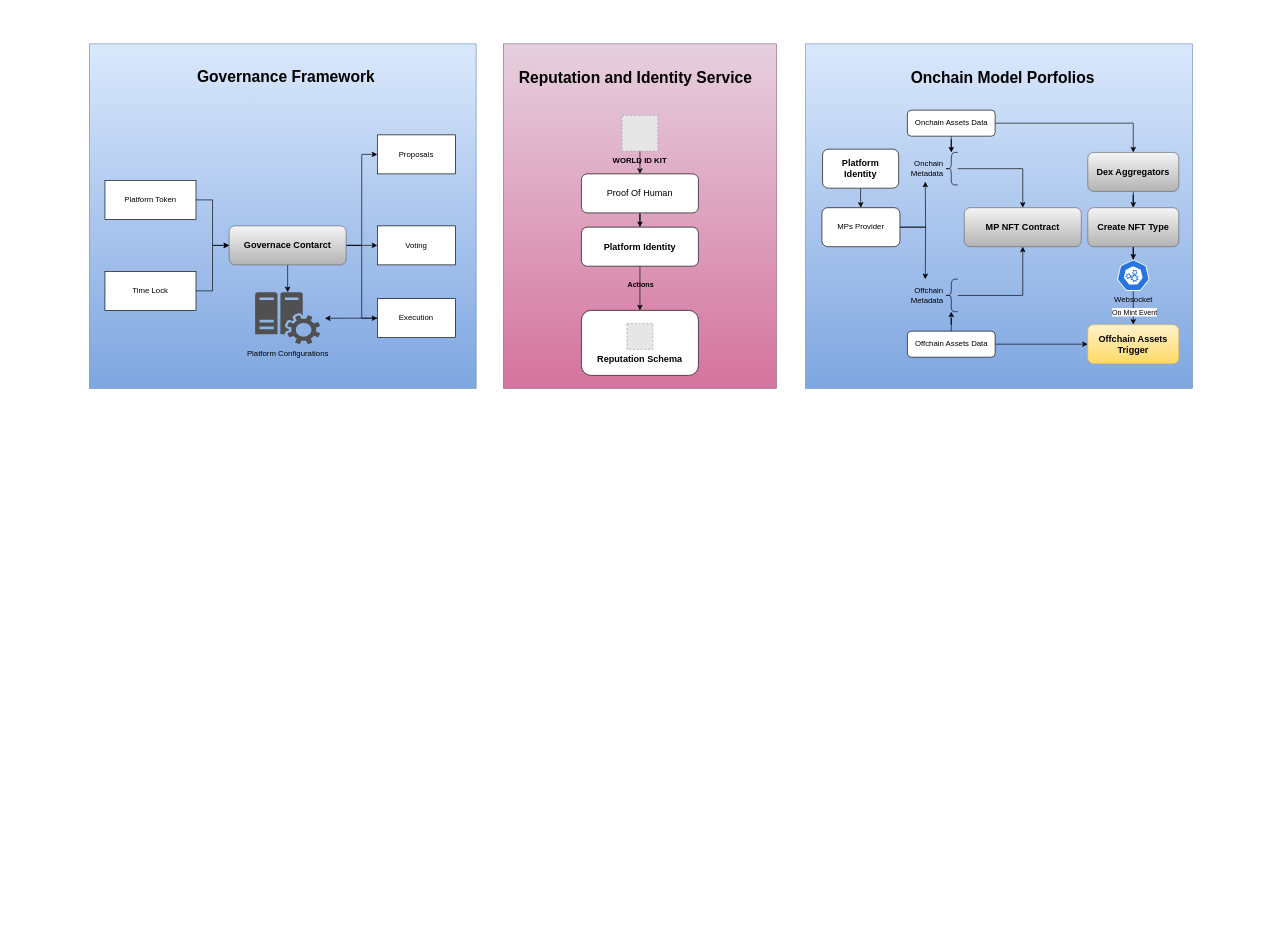
Before: MPs(model portfolio).drawio in ali-05-ahmed/Concept-Diagrams, a draw.io diagram. Source tidied: cells renumbered, new cells numbered last; positions are measured from the earlier drawing's top-left corner, leaving out a move shared by most shapes. Both pictures are drawn from the tidied source at 65%, with x=0, y=0 at pixel (89, 44). Pictures stored in the file or linked from it are replaced by grey dashed boxes.
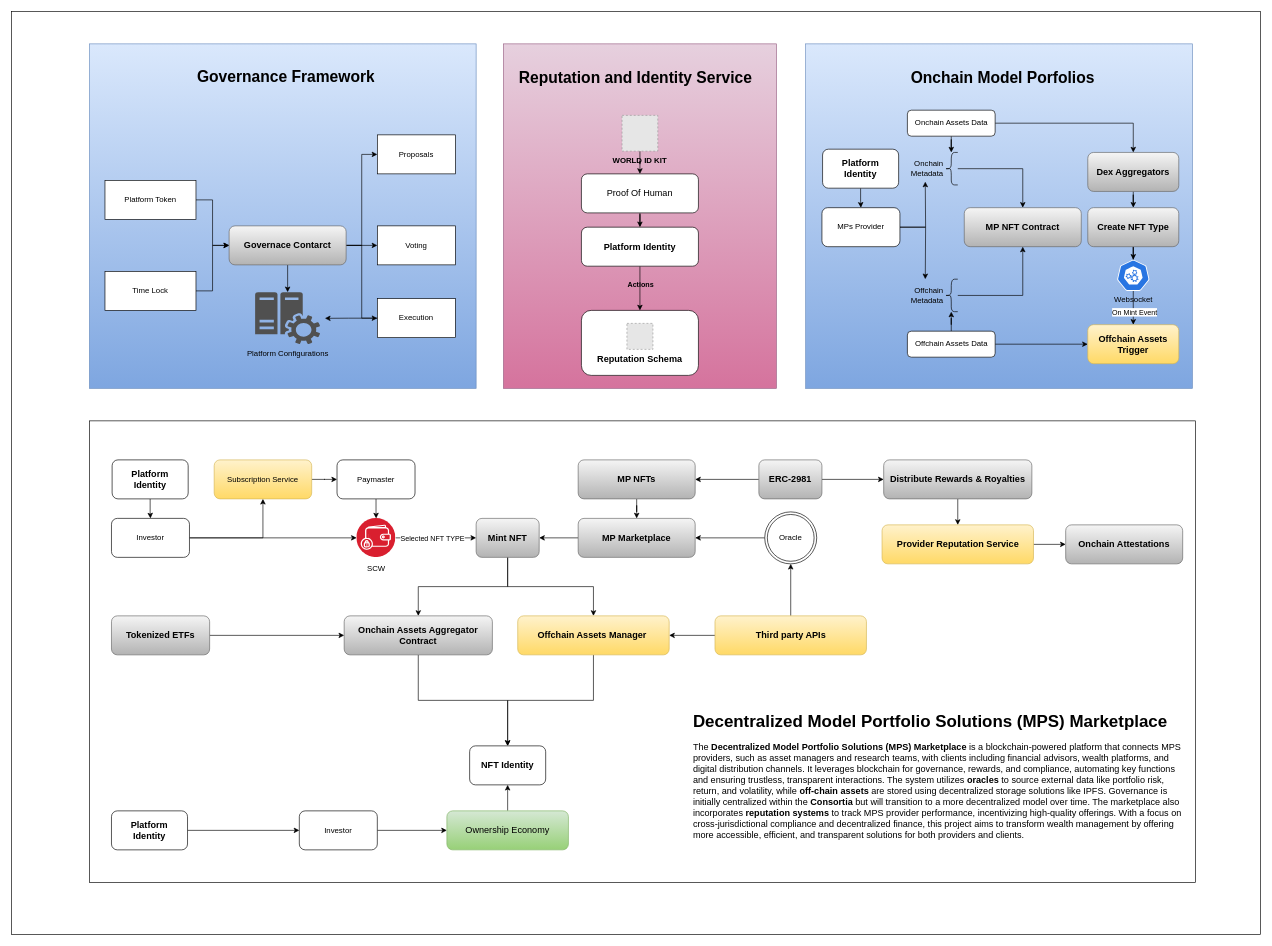
Above is the later version.

What changed in the source:
```diff
@@
+    <mxCell id="56" style="rounded=0;whiteSpace=wrap;html=1;" parent="1" vertex="1">
+      <mxGeometry x="-120" y="-50" width="1922" height="1420" as="geometry" />
+    </mxCell>
+    <mxCell id="57" style="rounded=0;whiteSpace=wrap;html=1;" parent="1" vertex="1">
+      <mxGeometry y="580" width="1702" height="710" as="geometry" />
+    </mxCell>
@@
+    <mxCell id="58" style="edgeStyle=orthogonalEdgeStyle;rounded=0;jettySize=auto;html=1;" parent="1" edge="1" source="59" target="76">
+      <mxGeometry relative="1" as="geometry" />
+    </mxCell>
+    <mxCell id="59" value="&lt;span style=&quot;font-size: 14px;&quot;&gt;&lt;b&gt;MP Marketplace&lt;/b&gt;&lt;/span&gt;" style="rounded=1;whiteSpace=wrap;html=1;fillColor=#f5f5f5;gradientColor=#b3b3b3;strokeColor=#666666;" parent="1" vertex="1">
+      <mxGeometry x="752" y="730" width="180" height="60" as="geometry" />
+    </mxCell>
+    <mxCell id="60" style="edgeStyle=orthogonalEdgeStyle;rounded=0;jettySize=auto;html=1;" parent="1" edge="1" source="62" target="69">
+      <mxGeometry relative="1" as="geometry" />
+    </mxCell>
+    <mxCell id="61" style="edgeStyle=orthogonalEdgeStyle;rounded=0;jettySize=auto;html=1;" parent="1" edge="1" source="62" target="73">
+      <mxGeometry relative="1" as="geometry" />
+    </mxCell>
+    <mxCell id="62" value="Investor" style="rounded=1;whiteSpace=wrap;html=1;" parent="1" vertex="1">
+      <mxGeometry x="34" y="730" width="120" height="60" as="geometry" />
+    </mxCell>
+    <mxCell id="63" style="edgeStyle=orthogonalEdgeStyle;rounded=0;jettySize=auto;html=1;" parent="1" edge="1" source="64" target="62">
+      <mxGeometry relative="1" as="geometry" />
+    </mxCell>
+    <mxCell id="64" value="&lt;b&gt;&lt;font style=&quot;font-size: 14px;&quot;&gt;Platform &lt;br&gt;Identity&lt;/font&gt;&lt;/b&gt;" style="rounded=1;whiteSpace=wrap;html=1;" parent="1" vertex="1">
+      <mxGeometry x="35" y="640" width="117" height="60" as="geometry" />
+    </mxCell>
+    <mxCell id="65" style="edgeStyle=orthogonalEdgeStyle;rounded=0;jettySize=auto;html=1;" parent="1" edge="1" source="66" target="59">
+      <mxGeometry relative="1" as="geometry" />
+    </mxCell>
+    <mxCell id="66" value="&lt;span style=&quot;font-size: 14px;&quot;&gt;&lt;b&gt;MP NFTs&lt;/b&gt;&lt;/span&gt;" style="rounded=1;whiteSpace=wrap;html=1;fillColor=#f5f5f5;gradientColor=#b3b3b3;strokeColor=#666666;" parent="1" vertex="1">
+      <mxGeometry x="752" y="640" width="180" height="60" as="geometry" />
+    </mxCell>
+    <mxCell id="67" style="edgeStyle=orthogonalEdgeStyle;rounded=0;jettySize=auto;html=1;" parent="1" edge="1" source="69" target="76">
+      <mxGeometry relative="1" as="geometry" />
+    </mxCell>
+    <mxCell id="68" value="Selected NFT TYPE" style="edgeLabel;html=1;align=center;verticalAlign=middle;" parent="67" vertex="1">
+      <mxGeometry x="-0.23" y="4" relative="1" as="geometry">
+        <mxPoint x="8" y="4" as="offset" />
+      </mxGeometry>
+    </mxCell>
+    <mxCell id="69" value="&lt;font color=&quot;#000000&quot;&gt;SCW&lt;/font&gt;" style="image;perimeter=ellipsePerimeter;html=1;align=center;shadow=0;dashed=0;fontColor=#4277BB;labelBackgroundColor=default;fontSize=12;spacingTop=3;image=img/lib/ibm/blockchain/wallet.svg;" parent="1" vertex="1">
+      <mxGeometry x="411.2" y="730" width="60" height="60" as="geometry" />
+    </mxCell>
+    <mxCell id="70" style="edgeStyle=orthogonalEdgeStyle;rounded=0;jettySize=auto;html=1;" parent="1" edge="1" source="71" target="69">
+      <mxGeometry relative="1" as="geometry" />
+    </mxCell>
+    <mxCell id="71" value="Paymaster" style="rounded=1;whiteSpace=wrap;html=1;" parent="1" vertex="1">
+      <mxGeometry x="381" y="640" width="120" height="60" as="geometry" />
+    </mxCell>
+    <mxCell id="72" style="edgeStyle=orthogonalEdgeStyle;rounded=0;jettySize=auto;html=1;" parent="1" edge="1" source="73" target="71">
+      <mxGeometry relative="1" as="geometry" />
+    </mxCell>
+    <mxCell id="73" value="Subscription Service" style="rounded=1;whiteSpace=wrap;html=1;fillColor=#fff2cc;gradientColor=#ffd966;strokeColor=#d6b656;" parent="1" vertex="1">
+      <mxGeometry x="192" y="640" width="150" height="60" as="geometry" />
+    </mxCell>
+    <mxCell id="74" style="edgeStyle=orthogonalEdgeStyle;rounded=0;jettySize=auto;html=1;" parent="1" edge="1" source="76" target="80">
+      <mxGeometry relative="1" as="geometry" />
+    </mxCell>
+    <mxCell id="75" style="edgeStyle=orthogonalEdgeStyle;rounded=0;jettySize=auto;html=1;" parent="1" edge="1" source="76" target="82">
+      <mxGeometry relative="1" as="geometry" />
+    </mxCell>
+    <mxCell id="76" value="&lt;span style=&quot;font-size: 14px;&quot;&gt;&lt;b&gt;Mint NFT&lt;/b&gt;&lt;/span&gt;" style="rounded=1;whiteSpace=wrap;html=1;fillColor=#f5f5f5;gradientColor=#b3b3b3;strokeColor=#666666;" parent="1" vertex="1">
+      <mxGeometry x="595" y="730" width="97" height="60" as="geometry" />
+    </mxCell>
+    <mxCell id="77" style="edgeStyle=orthogonalEdgeStyle;rounded=0;jettySize=auto;html=1;" parent="1" edge="1" source="78" target="59">
+      <mxGeometry relative="1" as="geometry" />
+    </mxCell>
+    <mxCell id="78" value="Oracle" style="ellipse;shape=doubleEllipse;whiteSpace=wrap;html=1;" parent="1" vertex="1">
+      <mxGeometry x="1039" y="720" width="80" height="80" as="geometry" />
+    </mxCell>
+    <mxCell id="79" style="edgeStyle=orthogonalEdgeStyle;rounded=0;jettySize=auto;html=1;" parent="1" edge="1" source="80" target="97">
+      <mxGeometry relative="1" as="geometry" />
+    </mxCell>
+    <mxCell id="80" value="&lt;span style=&quot;font-size: 14px;&quot;&gt;&lt;b&gt;Onchain Assets Aggregator Contract&lt;/b&gt;&lt;/span&gt;" style="rounded=1;whiteSpace=wrap;html=1;fillColor=#f5f5f5;gradientColor=#b3b3b3;strokeColor=#666666;" parent="1" vertex="1">
+      <mxGeometry x="392" y="880" width="228" height="60" as="geometry" />
+    </mxCell>
+    <mxCell id="81" style="edgeStyle=orthogonalEdgeStyle;rounded=0;jettySize=auto;html=1;" parent="1" edge="1" source="82" target="97">
+      <mxGeometry relative="1" as="geometry" />
+    </mxCell>
+    <mxCell id="82" value="&lt;span style=&quot;font-size: 14px;&quot;&gt;&lt;b&gt;Offchain Assets Manager&amp;nbsp;&lt;/b&gt;&lt;/span&gt;" style="rounded=1;whiteSpace=wrap;html=1;fillColor=#fff2cc;gradientColor=#ffd966;strokeColor=#d6b656;" parent="1" vertex="1">
+      <mxGeometry x="659" y="880" width="233" height="60" as="geometry" />
+    </mxCell>
+    <mxCell id="83" style="edgeStyle=orthogonalEdgeStyle;rounded=0;jettySize=auto;html=1;" parent="1" edge="1" source="84" target="103">
+      <mxGeometry relative="1" as="geometry" />
+    </mxCell>
+    <mxCell id="84" value="&lt;span style=&quot;font-size: 14px;&quot;&gt;&lt;b&gt;Provider Reputation Service&lt;/b&gt;&lt;/span&gt;" style="rounded=1;whiteSpace=wrap;html=1;fillColor=#fff2cc;gradientColor=#ffd966;strokeColor=#d6b656;" parent="1" vertex="1">
+      <mxGeometry x="1219.5" y="740" width="233" height="60" as="geometry" />
+    </mxCell>
+    <mxCell id="85" style="edgeStyle=orthogonalEdgeStyle;rounded=0;jettySize=auto;html=1;" parent="1" edge="1" source="86" target="84">
+      <mxGeometry relative="1" as="geometry" />
+    </mxCell>
+    <mxCell id="86" value="&lt;span style=&quot;font-size: 14px;&quot;&gt;&lt;b&gt;Distribute Rewards &amp;amp; Royalties&lt;/b&gt;&lt;/span&gt;" style="rounded=1;whiteSpace=wrap;html=1;fillColor=#f5f5f5;gradientColor=#b3b3b3;strokeColor=#666666;" parent="1" vertex="1">
+      <mxGeometry x="1222" y="640" width="228" height="60" as="geometry" />
+    </mxCell>
+    <mxCell id="87" style="edgeStyle=orthogonalEdgeStyle;rounded=0;jettySize=auto;html=1;" parent="1" edge="1" source="89" target="66">
+      <mxGeometry relative="1" as="geometry" />
+    </mxCell>
+    <mxCell id="88" style="edgeStyle=orthogonalEdgeStyle;rounded=0;jettySize=auto;html=1;" parent="1" edge="1" source="89" target="86">
+      <mxGeometry relative="1" as="geometry" />
+    </mxCell>
+    <mxCell id="89" value="&lt;span style=&quot;font-size: 14px;&quot;&gt;&lt;b&gt;ERC-2981&lt;/b&gt;&lt;/span&gt;" style="rounded=1;whiteSpace=wrap;html=1;fillColor=#f5f5f5;gradientColor=#b3b3b3;strokeColor=#666666;" parent="1" vertex="1">
+      <mxGeometry x="1030" y="640" width="97" height="60" as="geometry" />
+    </mxCell>
+    <mxCell id="90" style="edgeStyle=orthogonalEdgeStyle;rounded=0;jettySize=auto;html=1;" parent="1" edge="1" source="91" target="80">
+      <mxGeometry relative="1" as="geometry" />
+    </mxCell>
+    <mxCell id="91" value="&lt;span style=&quot;font-size: 14px;&quot;&gt;&lt;b&gt;Tokenized ETFs&lt;/b&gt;&lt;/span&gt;" style="rounded=1;whiteSpace=wrap;html=1;fillColor=#f5f5f5;gradientColor=#b3b3b3;strokeColor=#666666;" parent="1" vertex="1">
+      <mxGeometry x="34" y="880" width="151" height="60" as="geometry" />
+    </mxCell>
+    <mxCell id="92" style="edgeStyle=orthogonalEdgeStyle;rounded=0;jettySize=auto;html=1;" parent="1" edge="1" source="94" target="78">
+      <mxGeometry relative="1" as="geometry" />
+    </mxCell>
+    <mxCell id="93" style="edgeStyle=orthogonalEdgeStyle;rounded=0;jettySize=auto;html=1;" parent="1" edge="1" source="94" target="82">
+      <mxGeometry relative="1" as="geometry" />
+    </mxCell>
+    <mxCell id="94" value="&lt;span style=&quot;font-size: 14px;&quot;&gt;&lt;b&gt;Third party APIs&lt;/b&gt;&lt;/span&gt;" style="rounded=1;whiteSpace=wrap;html=1;fillColor=#fff2cc;gradientColor=#ffd966;strokeColor=#d6b656;" parent="1" vertex="1">
+      <mxGeometry x="962.5" y="880" width="233" height="60" as="geometry" />
+    </mxCell>
+    <mxCell id="95" style="edgeStyle=orthogonalEdgeStyle;rounded=0;jettySize=auto;html=1;" parent="1" edge="1" source="96" target="97">
+      <mxGeometry relative="1" as="geometry" />
+    </mxCell>
+    <mxCell id="96" value="&lt;p class=&quot;MsoNormal&quot;&gt;&lt;span style=&quot;mso-spacerun:'yes';font-family:Arial;font-size:10.5000pt;&quot;&gt;Ownership Economy&lt;/span&gt;&lt;/p&gt;" style="rounded=1;whiteSpace=wrap;html=1;fillColor=#d5e8d4;gradientColor=#97d077;strokeColor=#82b366;" parent="1" vertex="1">
+      <mxGeometry x="550" y="1180" width="187" height="60" as="geometry" />
+    </mxCell>
+    <mxCell id="97" value="&lt;span style=&quot;font-size: 14px;&quot;&gt;&lt;b&gt;NFT Identity&lt;/b&gt;&lt;/span&gt;" style="rounded=1;whiteSpace=wrap;html=1;" parent="1" vertex="1">
+      <mxGeometry x="585" y="1080" width="117" height="60" as="geometry" />
+    </mxCell>
+    <mxCell id="98" style="edgeStyle=orthogonalEdgeStyle;rounded=0;jettySize=auto;html=1;" parent="1" edge="1" source="99" target="96">
+      <mxGeometry relative="1" as="geometry" />
+    </mxCell>
+    <mxCell id="99" value="Investor" style="rounded=1;whiteSpace=wrap;html=1;" parent="1" vertex="1">
+      <mxGeometry x="323" y="1180" width="120" height="60" as="geometry" />
+    </mxCell>
+    <mxCell id="100" style="edgeStyle=orthogonalEdgeStyle;rounded=0;jettySize=auto;html=1;" parent="1" edge="1" source="101" target="99">
+      <mxGeometry relative="1" as="geometry" />
+    </mxCell>
+    <mxCell id="101" value="&lt;b&gt;&lt;font style=&quot;font-size: 14px;&quot;&gt;Platform &lt;br&gt;Identity&lt;/font&gt;&lt;/b&gt;" style="rounded=1;whiteSpace=wrap;html=1;" parent="1" vertex="1">
+      <mxGeometry x="34" y="1180" width="117" height="60" as="geometry" />
+    </mxCell>
+    <mxCell id="102" value="&lt;h1 style=&quot;margin-top: 0px;&quot;&gt;&lt;font style=&quot;font-size: 26px;&quot;&gt; Decentralized Model Portfolio Solutions (MPS) Marketplace&lt;/font&gt;&lt;/h1&gt;&lt;p style=&quot;font-size: 14px;&quot;&gt;The &lt;strong&gt;Decentralized Model Portfolio Solutions (MPS) Marketplace&lt;/strong&gt; is a blockchain-powered platform that connects MPS providers, such as asset managers and research teams, with clients including financial advisors, wealth platforms, and digital distribution channels. It leverages blockchain for governance, rewards, and compliance, automating key functions and ensuring trustless, transparent interactions. The system utilizes &lt;strong&gt;oracles&lt;/strong&gt; to source external data like portfolio risk, return, and volatility, while &lt;strong&gt;off-chain assets&lt;/strong&gt; are stored using decentralized storage solutions like IPFS. Governance is initially centralized within the &lt;strong&gt;Consortia&lt;/strong&gt; but will transition to a more decentralized model over time. The marketplace also incorporates &lt;strong&gt;reputation systems&lt;/strong&gt; to track MPS provider performance, incentivizing high-quality offerings. With a focus on cross-jurisdictional compliance and decentralized finance, this project aims to transform wealth management by offering more accessible, efficient, and transparent solutions for both providers and clients.&lt;/p&gt;" style="text;html=1;whiteSpace=wrap;overflow=hidden;rounded=0;" parent="1" vertex="1">
+      <mxGeometry x="927" y="1020" width="770" height="220" as="geometry" />
+    </mxCell>
+    <mxCell id="103" value="&lt;span style=&quot;font-size: 14px;&quot;&gt;&lt;b&gt;Onchain Attestations&lt;/b&gt;&lt;/span&gt;" style="rounded=1;whiteSpace=wrap;html=1;fillColor=#f5f5f5;gradientColor=#b3b3b3;strokeColor=#666666;" parent="1" vertex="1">
+      <mxGeometry x="1502" y="740" width="180" height="60" as="geometry" />
+    </mxCell>
```
